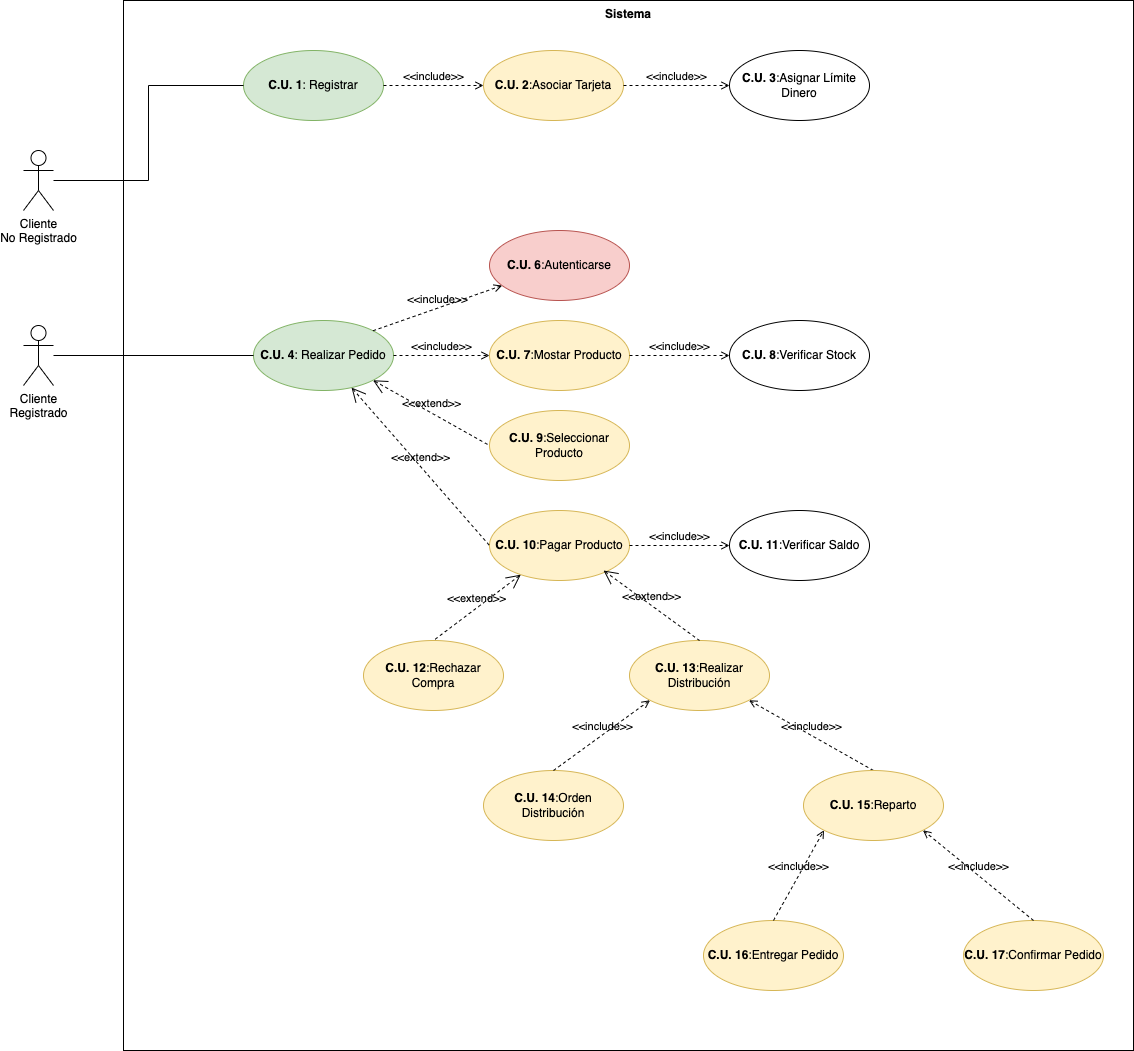
Above: diagramas-comportamiento/diagramas-cu/tareas/tarea6/img/tienda-online.drawio.png in jpexposito/ets (draw.io), before the change. Source tidied: cells renumbered, new cells last; positions are measured from the earlier drawing's top-left corner, leaving out a move shared by most shapes. The source it was exported from:
```xml
<mxGraphModel>
  <root>
    <mxCell id="0" />
    <mxCell id="1" parent="0" />
    <mxCell id="2" value="&lt;b&gt;C.U. 1&lt;/b&gt;: Registrar" style="ellipse;whiteSpace=wrap;html=1;fillColor=#d5e8d4;strokeColor=#82b366;" parent="1" vertex="1">
      <mxGeometry x="220" y="50" width="140" height="70" as="geometry" />
    </mxCell>
    <mxCell id="3" value="&lt;b style=&quot;border-color: var(--border-color);&quot;&gt;C.U. 2&lt;/b&gt;:Asociar Tarjeta" style="ellipse;whiteSpace=wrap;html=1;fillColor=#fff2cc;strokeColor=#d6b656;" parent="1" vertex="1">
      <mxGeometry x="460" y="50" width="140" height="70" as="geometry" />
    </mxCell>
    <mxCell id="4" value="&lt;b style=&quot;border-color: var(--border-color);&quot;&gt;C.U. 3&lt;/b&gt;:Asignar Límite Dinero" style="ellipse;whiteSpace=wrap;html=1;" parent="1" vertex="1">
      <mxGeometry x="706" y="50" width="140" height="70" as="geometry" />
    </mxCell>
    <mxCell id="5" value="&amp;lt;&amp;lt;include&amp;gt;&amp;gt;" style="edgeStyle=none;html=1;endArrow=open;verticalAlign=bottom;dashed=1;labelBackgroundColor=none;rounded=0;exitX=1;exitY=0.5;exitDx=0;exitDy=0;" parent="1" edge="1" source="2" target="3">
      <mxGeometry relative="1" as="geometry" />
    </mxCell>
    <mxCell id="6" value="&amp;lt;&amp;lt;include&amp;gt;&amp;gt;" style="edgeStyle=none;html=1;endArrow=open;verticalAlign=bottom;dashed=1;labelBackgroundColor=none;rounded=0;exitX=1;exitY=0.5;exitDx=0;exitDy=0;entryX=0;entryY=0.5;entryDx=0;entryDy=0;" parent="1" edge="1" source="3" target="4">
      <mxGeometry relative="1" as="geometry" />
    </mxCell>
    <mxCell id="7" style="edgeStyle=orthogonalEdgeStyle;rounded=0;jettySize=auto;html=1;entryX=0;entryY=0.5;entryDx=0;entryDy=0;endArrow=none;endFill=0;" parent="1" edge="1" source="8" target="2">
      <mxGeometry relative="1" as="geometry" />
    </mxCell>
    <mxCell id="8" value="Cliente&lt;br&gt;No Registrado" style="shape=umlActor;html=1;verticalLabelPosition=bottom;verticalAlign=top;align=center;" parent="1" vertex="1">
      <mxGeometry y="150" width="30" height="60" as="geometry" />
    </mxCell>
    <mxCell id="9" value="&lt;b style=&quot;border-color: var(--border-color);&quot;&gt;C.U. 4&lt;/b&gt;: Realizar Pedido" style="ellipse;whiteSpace=wrap;html=1;fillColor=#d5e8d4;strokeColor=#82b366;" parent="1" vertex="1">
      <mxGeometry x="230" y="320" width="140" height="70" as="geometry" />
    </mxCell>
    <mxCell id="10" value="&lt;b style=&quot;border-color: var(--border-color);&quot;&gt;C.U. 7&lt;/b&gt;:Mostar Producto" style="ellipse;whiteSpace=wrap;html=1;fillColor=#fff2cc;strokeColor=#d6b656;" parent="1" vertex="1">
      <mxGeometry x="466" y="320" width="140" height="70" as="geometry" />
    </mxCell>
    <mxCell id="11" value="&lt;b style=&quot;border-color: var(--border-color);&quot;&gt;C.U. 6&lt;/b&gt;:Autenticarse" style="ellipse;whiteSpace=wrap;html=1;fillColor=#f8cecc;strokeColor=#b85450;" parent="1" vertex="1">
      <mxGeometry x="466" y="230" width="140" height="70" as="geometry" />
    </mxCell>
    <mxCell id="12" value="&amp;lt;&amp;lt;include&amp;gt;&amp;gt;" style="edgeStyle=none;html=1;endArrow=open;verticalAlign=bottom;dashed=1;labelBackgroundColor=none;rounded=0;exitX=1;exitY=0;exitDx=0;exitDy=0;" parent="1" edge="1" source="9" target="11">
      <mxGeometry relative="1" as="geometry" />
    </mxCell>
    <mxCell id="13" value="&amp;lt;&amp;lt;include&amp;gt;&amp;gt;" style="edgeStyle=none;html=1;endArrow=open;verticalAlign=bottom;dashed=1;labelBackgroundColor=none;rounded=0;entryX=0;entryY=0.5;entryDx=0;entryDy=0;exitX=1;exitY=0.5;exitDx=0;exitDy=0;" parent="1" edge="1" source="9" target="10">
      <mxGeometry relative="1" as="geometry" />
    </mxCell>
    <mxCell id="14" value="&lt;b style=&quot;border-color: var(--border-color);&quot;&gt;C.U. 9&lt;/b&gt;:Seleccionar Producto" style="ellipse;whiteSpace=wrap;html=1;fillColor=#fff2cc;strokeColor=#d6b656;" parent="1" vertex="1">
      <mxGeometry x="466" y="410" width="140" height="70" as="geometry" />
    </mxCell>
    <mxCell id="15" value="&lt;b style=&quot;border-color: var(--border-color);&quot;&gt;C.U. 10&lt;/b&gt;:Pagar Producto" style="ellipse;whiteSpace=wrap;html=1;fillColor=#fff2cc;strokeColor=#d6b656;" parent="1" vertex="1">
      <mxGeometry x="466" y="510" width="140" height="70" as="geometry" />
    </mxCell>
    <mxCell id="16" value="&lt;b style=&quot;border-color: var(--border-color);&quot;&gt;C.U. 8&lt;/b&gt;:Verificar Stock" style="ellipse;whiteSpace=wrap;html=1;" parent="1" vertex="1">
      <mxGeometry x="706" y="320" width="140" height="70" as="geometry" />
    </mxCell>
    <mxCell id="17" value="&amp;lt;&amp;lt;include&amp;gt;&amp;gt;" style="edgeStyle=none;html=1;endArrow=open;verticalAlign=bottom;dashed=1;labelBackgroundColor=none;rounded=0;exitX=1;exitY=0.5;exitDx=0;exitDy=0;entryX=0;entryY=0.5;entryDx=0;entryDy=0;" parent="1" edge="1" source="10" target="16">
      <mxGeometry relative="1" as="geometry" />
    </mxCell>
    <mxCell id="18" style="edgeStyle=orthogonalEdgeStyle;rounded=0;jettySize=auto;html=1;endArrow=none;endFill=0;" parent="1" edge="1" source="19" target="9">
      <mxGeometry relative="1" as="geometry" />
    </mxCell>
    <mxCell id="19" value="Cliente&lt;br&gt;Registrado" style="shape=umlActor;html=1;verticalLabelPosition=bottom;verticalAlign=top;align=center;" parent="1" vertex="1">
      <mxGeometry y="325" width="30" height="60" as="geometry" />
    </mxCell>
    <mxCell id="20" value="&amp;lt;&amp;lt;extend&amp;gt;&amp;gt;" style="edgeStyle=none;html=1;startArrow=open;endArrow=none;startSize=12;verticalAlign=bottom;dashed=1;labelBackgroundColor=none;rounded=0;entryX=0;entryY=0.5;entryDx=0;entryDy=0;exitX=1;exitY=1;exitDx=0;exitDy=0;" parent="1" edge="1" source="9" target="14">
      <mxGeometry relative="1" as="geometry" />
    </mxCell>
    <mxCell id="21" value="&amp;lt;&amp;lt;extend&amp;gt;&amp;gt;" style="edgeStyle=none;html=1;startArrow=open;endArrow=none;startSize=12;verticalAlign=bottom;dashed=1;labelBackgroundColor=none;rounded=0;entryX=0;entryY=0.5;entryDx=0;entryDy=0;" parent="1" edge="1" source="9" target="15">
      <mxGeometry relative="1" as="geometry" />
    </mxCell>
    <mxCell id="22" value="&lt;b style=&quot;border-color: var(--border-color);&quot;&gt;C.U. 11&lt;/b&gt;:Verificar Saldo" style="ellipse;whiteSpace=wrap;html=1;" parent="1" vertex="1">
      <mxGeometry x="706" y="510" width="140" height="70" as="geometry" />
    </mxCell>
    <mxCell id="23" value="&amp;lt;&amp;lt;include&amp;gt;&amp;gt;" style="edgeStyle=none;html=1;endArrow=open;verticalAlign=bottom;dashed=1;labelBackgroundColor=none;rounded=0;entryX=0;entryY=0.5;entryDx=0;entryDy=0;exitX=1;exitY=0.5;exitDx=0;exitDy=0;" parent="1" edge="1" source="15" target="22">
      <mxGeometry relative="1" as="geometry" />
    </mxCell>
    <mxCell id="24" value="&lt;b style=&quot;border-color: var(--border-color);&quot;&gt;C.U. 12&lt;/b&gt;:Rechazar Compra" style="ellipse;whiteSpace=wrap;html=1;fillColor=#fff2cc;strokeColor=#d6b656;" parent="1" vertex="1">
      <mxGeometry x="340" y="640" width="140" height="70" as="geometry" />
    </mxCell>
    <mxCell id="25" value="&lt;b style=&quot;border-color: var(--border-color);&quot;&gt;C.U. 13&lt;/b&gt;:Realizar Distribución" style="ellipse;whiteSpace=wrap;html=1;fillColor=#fff2cc;strokeColor=#d6b656;" parent="1" vertex="1">
      <mxGeometry x="606" y="640" width="140" height="70" as="geometry" />
    </mxCell>
    <mxCell id="26" value="&amp;lt;&amp;lt;extend&amp;gt;&amp;gt;" style="edgeStyle=none;html=1;startArrow=open;endArrow=none;startSize=12;verticalAlign=bottom;dashed=1;labelBackgroundColor=none;rounded=0;entryX=0.5;entryY=0;entryDx=0;entryDy=0;" parent="1" edge="1" source="15" target="24">
      <mxGeometry relative="1" as="geometry" />
    </mxCell>
    <mxCell id="27" value="&amp;lt;&amp;lt;extend&amp;gt;&amp;gt;" style="edgeStyle=none;html=1;startArrow=open;endArrow=none;startSize=12;verticalAlign=bottom;dashed=1;labelBackgroundColor=none;rounded=0;entryX=0.5;entryY=0;entryDx=0;entryDy=0;" parent="1" edge="1" target="25">
      <mxGeometry relative="1" as="geometry">
        <mxPoint x="580" y="570" as="sourcePoint" />
      </mxGeometry>
    </mxCell>
    <mxCell id="28" value="&lt;b style=&quot;border-color: var(--border-color);&quot;&gt;C.U. 14&lt;/b&gt;:Orden Distribución" style="ellipse;whiteSpace=wrap;html=1;fillColor=#fff2cc;strokeColor=#d6b656;" parent="1" vertex="1">
      <mxGeometry x="460" y="770" width="140" height="70" as="geometry" />
    </mxCell>
    <mxCell id="29" value="&amp;lt;&amp;lt;include&amp;gt;&amp;gt;" style="edgeStyle=none;html=1;endArrow=open;verticalAlign=bottom;dashed=1;labelBackgroundColor=none;rounded=0;exitX=0.5;exitY=0;exitDx=0;exitDy=0;entryX=1;entryY=1;entryDx=0;entryDy=0;" parent="1" edge="1" source="30" target="25">
      <mxGeometry relative="1" as="geometry" />
    </mxCell>
    <mxCell id="30" value="&lt;b style=&quot;border-color: var(--border-color);&quot;&gt;C.U. 15&lt;/b&gt;:Reparto" style="ellipse;whiteSpace=wrap;html=1;fillColor=#fff2cc;strokeColor=#d6b656;" parent="1" vertex="1">
      <mxGeometry x="780" y="770" width="140" height="70" as="geometry" />
    </mxCell>
    <mxCell id="31" value="&amp;lt;&amp;lt;include&amp;gt;&amp;gt;" style="edgeStyle=none;html=1;endArrow=open;verticalAlign=bottom;dashed=1;labelBackgroundColor=none;rounded=0;exitX=0.5;exitY=0;exitDx=0;exitDy=0;entryX=0;entryY=1;entryDx=0;entryDy=0;" parent="1" edge="1" source="28" target="25">
      <mxGeometry relative="1" as="geometry" />
    </mxCell>
    <mxCell id="32" value="&lt;b style=&quot;border-color: var(--border-color);&quot;&gt;C.U. 16&lt;/b&gt;:Entregar Pedido" style="ellipse;whiteSpace=wrap;html=1;fillColor=#fff2cc;strokeColor=#d6b656;" parent="1" vertex="1">
      <mxGeometry x="680" y="920" width="140" height="70" as="geometry" />
    </mxCell>
    <mxCell id="33" value="&lt;b style=&quot;border-color: var(--border-color);&quot;&gt;C.U. 17&lt;/b&gt;:Confirmar Pedido" style="ellipse;whiteSpace=wrap;html=1;fillColor=#fff2cc;strokeColor=#d6b656;" parent="1" vertex="1">
      <mxGeometry x="940" y="920" width="140" height="70" as="geometry" />
    </mxCell>
    <mxCell id="34" value="&amp;lt;&amp;lt;include&amp;gt;&amp;gt;" style="edgeStyle=none;html=1;endArrow=open;verticalAlign=bottom;dashed=1;labelBackgroundColor=none;rounded=0;exitX=0.5;exitY=0;exitDx=0;exitDy=0;entryX=0;entryY=1;entryDx=0;entryDy=0;" parent="1" edge="1" source="32" target="30">
      <mxGeometry relative="1" as="geometry" />
    </mxCell>
    <mxCell id="35" value="&amp;lt;&amp;lt;include&amp;gt;&amp;gt;" style="edgeStyle=none;html=1;endArrow=open;verticalAlign=bottom;dashed=1;labelBackgroundColor=none;rounded=0;exitX=0.5;exitY=0;exitDx=0;exitDy=0;entryX=1;entryY=1;entryDx=0;entryDy=0;" parent="1" edge="1" source="33" target="30">
      <mxGeometry relative="1" as="geometry" />
    </mxCell>
    <mxCell id="36" value="Sistema" style="shape=rect;html=1;verticalAlign=top;fontStyle=1;whiteSpace=wrap;align=center;fillColor=none;" parent="1" vertex="1">
      <mxGeometry x="100" width="1010" height="1050" as="geometry" />
    </mxCell>
  </root>
</mxGraphModel>
```
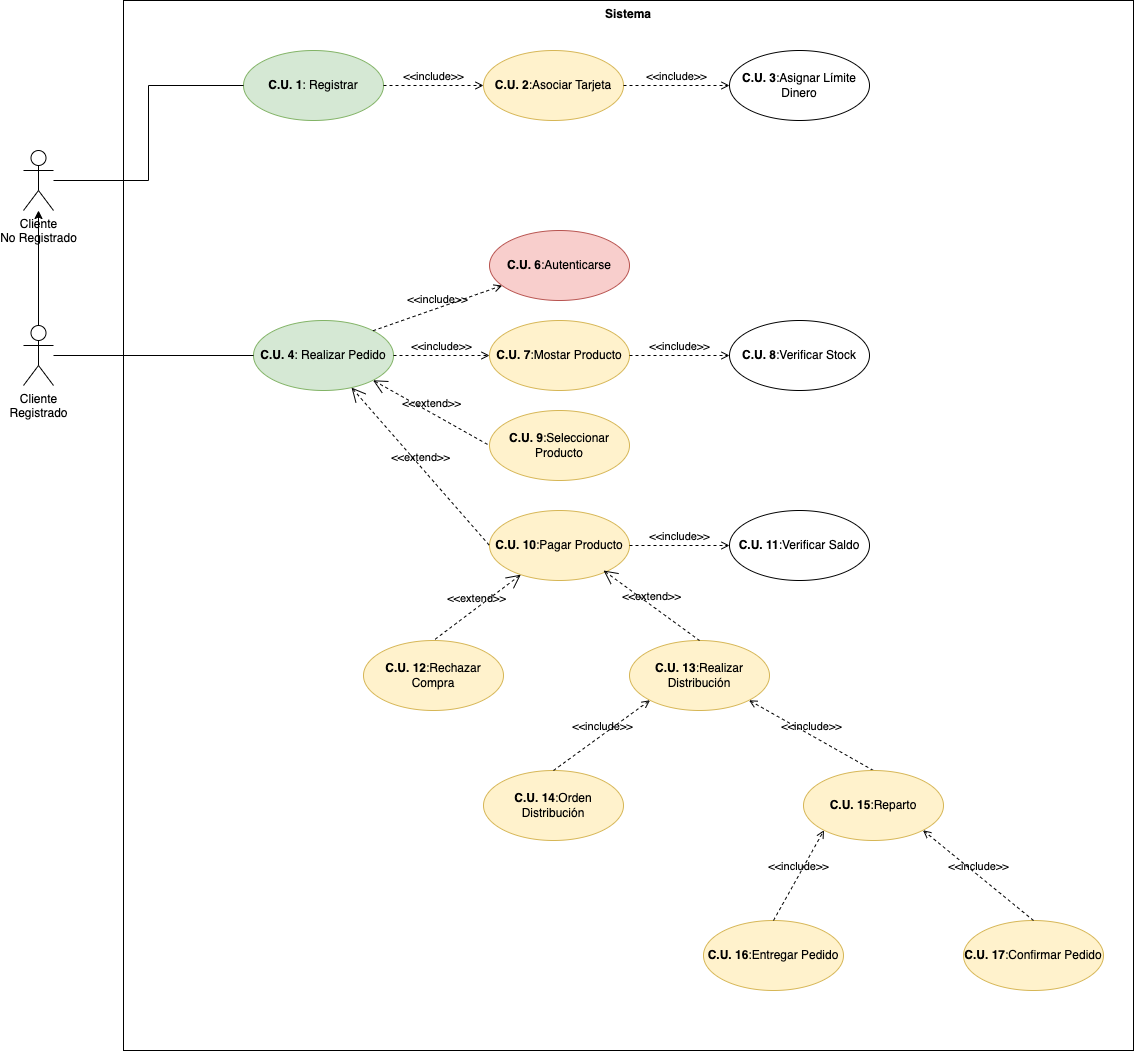
Above is the later version.

Diff of the diagram source:
```diff
@@ -53,6 +53,9 @@
     <mxCell id="18" style="edgeStyle=orthogonalEdgeStyle;rounded=0;jettySize=auto;html=1;endArrow=none;endFill=0;" parent="1" edge="1" source="19" target="9">
       <mxGeometry relative="1" as="geometry" />
     </mxCell>
+    <mxCell id="37" style="edgeStyle=orthogonalEdgeStyle;rounded=0;jettySize=auto;html=1;strokeColor=#000000;fontColor=#0000CC;endArrow=classic;endFill=1;" parent="1" edge="1" source="19" target="8">
+      <mxGeometry relative="1" as="geometry" />
+    </mxCell>
     <mxCell id="19" value="Cliente&lt;br&gt;Registrado" style="shape=umlActor;html=1;verticalLabelPosition=bottom;verticalAlign=top;align=center;" parent="1" vertex="1">
       <mxGeometry y="325" width="30" height="60" as="geometry" />
     </mxCell>
```
